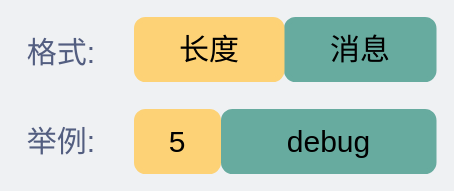
The draw.io diagram network/消息边界长度标志.drawio in xiaobaiTech/image, before the edit. Source tidied: cells renumbered, new cells numbered last; positions are measured from the earlier drawing's top-left corner, leaving out a move shared by most shapes. Both pictures are drawn from the tidied source at 100%, with x=0, y=0 at pixel (17, 19).
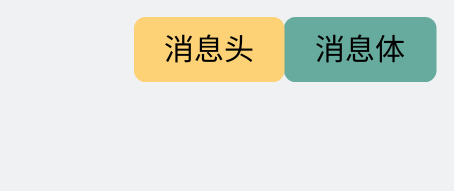
The same page after the edit.

Commit message:
Update 消息边界长度标志.drawio

Diff of the diagram source:
```diff
@@
 <mxGraphModel background="#EFF1F3">
   <root>
     <mxCell id="0" />
     <mxCell id="1" parent="0" />
-    <mxCell id="2" value="&lt;font style=&quot;font-size: 30px;&quot;&gt;消息&lt;/font&gt;" style="rounded=1;whiteSpace=wrap;html=1;strokeWidth=5;fontSize=30;strokeColor=#67AB9F;fillColor=#67AB9F;" parent="1" vertex="1">
+    <mxCell id="2" value="&lt;font style=&quot;font-size: 30px;&quot;&gt;消息体&lt;/font&gt;" style="rounded=1;whiteSpace=wrap;html=1;strokeWidth=5;fontSize=30;strokeColor=#67AB9F;fillColor=#67AB9F;" parent="1" vertex="1">
       <mxGeometry x="269" width="147.5" height="60" as="geometry" />
     </mxCell>
-    <mxCell id="3" value="&lt;font style=&quot;font-size: 30px&quot;&gt;长度&lt;/font&gt;" style="rounded=1;whiteSpace=wrap;html=1;strokeWidth=5;fillColor=#FDD276;strokeColor=#FDD276;fontSize=30;" parent="1" vertex="1">
+    <mxCell id="3" value="消息头" style="rounded=1;whiteSpace=wrap;html=1;strokeWidth=5;fillColor=#FDD276;strokeColor=#FDD276;fontSize=30;" parent="1" vertex="1">
       <mxGeometry x="119" width="145.5" height="60" as="geometry" />
     </mxCell>
-    <mxCell id="4" value="&lt;font style=&quot;font-size: 30px;&quot;&gt;debug&lt;/font&gt;" style="rounded=1;whiteSpace=wrap;html=1;strokeWidth=5;fontSize=30;strokeColor=#67AB9F;fillColor=#67AB9F;" parent="1" vertex="1">
-      <mxGeometry x="206" y="92" width="210.5" height="60" as="geometry" />
-    </mxCell>
-    <mxCell id="5" value="&lt;font style=&quot;font-size: 30px&quot;&gt;5&lt;/font&gt;" style="rounded=1;whiteSpace=wrap;html=1;strokeWidth=5;fillColor=#FDD276;strokeColor=#FDD276;fontSize=30;" parent="1" vertex="1">
-      <mxGeometry x="119" y="92" width="82" height="60" as="geometry" />
-    </mxCell>
-    <mxCell id="6" value="&lt;font color=&quot;#535e80&quot; style=&quot;font-size: 30px;&quot;&gt;格式:&lt;/font&gt;" style="text;html=1;strokeColor=none;fillColor=none;align=center;verticalAlign=middle;whiteSpace=wrap;rounded=0;" parent="1" vertex="1">
-      <mxGeometry y="15" width="88" height="36" as="geometry" />
-    </mxCell>
-    <mxCell id="7" value="&lt;span style=&quot;font-size: 30px;&quot;&gt;&lt;font color=&quot;#535e80&quot;&gt;举例:&lt;/font&gt;&lt;/span&gt;" style="text;html=1;strokeColor=none;fillColor=none;align=center;verticalAlign=middle;whiteSpace=wrap;rounded=0;" parent="1" vertex="1">
-      <mxGeometry y="104" width="88" height="36" as="geometry" />
-    </mxCell>
   </root>
 </mxGraphModel>
```
